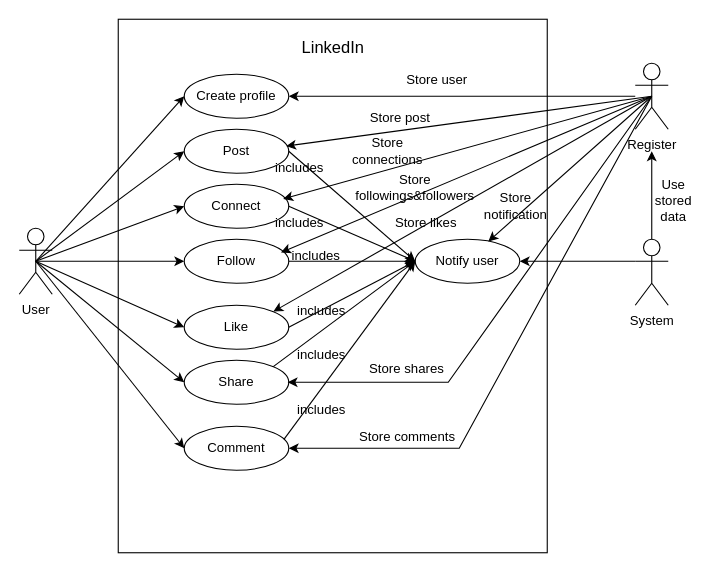
This is Assignments/A2/LinkedInUseCase.drawio from sunys1/Object-Oriented-Design, a draw.io file, before an edit. Source tidied: cells renumbered, new cells numbered last; positions are measured from the earlier drawing's top-left corner, leaving out a move shared by most shapes. Both pictures are drawn from the tidied source at 110%, with x=0, y=0 at pixel (19, 19).
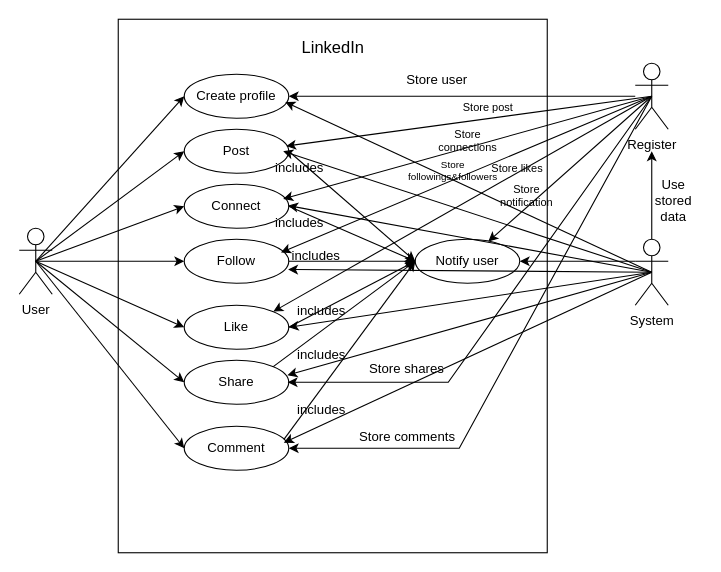
The same page after the edit.

Commit message:
Added associations for System actor

Unchanged cells that the change refers to:
```xml
<mxCell id="7" value="System" style="shape=umlActor;verticalLabelPosition=bottom;verticalAlign=top;html=1;outlineConnect=0;" parent="1" vertex="1">
  <mxGeometry x="560" y="200" width="30" height="60" as="geometry" />
</mxCell>
<mxCell id="8" value="Create profile" style="ellipse;whiteSpace=wrap;html=1;" parent="1" vertex="1">
  <mxGeometry x="150" y="50" width="95" height="40" as="geometry" />
</mxCell>
<mxCell id="13" value="Share" style="ellipse;whiteSpace=wrap;html=1;" parent="1" vertex="1">
  <mxGeometry x="150" y="310" width="95" height="40" as="geometry" />
</mxCell>
<mxCell id="20" value="Comment" style="ellipse;whiteSpace=wrap;html=1;" parent="1" vertex="1">
  <mxGeometry x="150" y="370" width="95" height="40" as="geometry" />
</mxCell>
<mxCell id="24" value="includes" style="text;html=1;align=center;verticalAlign=middle;whiteSpace=wrap;rounded=0;" parent="1" vertex="1">
  <mxGeometry x="240" y="200" width="60" height="30" as="geometry" />
</mxCell>
<mxCell id="29" value="includes" style="text;html=1;align=center;verticalAlign=middle;whiteSpace=wrap;rounded=0;" parent="1" vertex="1">
  <mxGeometry x="245" y="250" width="60" height="30" as="geometry" />
</mxCell>
<mxCell id="31" value="includes" style="text;html=1;align=center;verticalAlign=middle;whiteSpace=wrap;rounded=0;" parent="1" vertex="1">
  <mxGeometry x="225" y="170" width="60" height="30" as="geometry" />
</mxCell>
<mxCell id="33" value="includes" style="text;html=1;align=center;verticalAlign=middle;whiteSpace=wrap;rounded=0;" parent="1" vertex="1">
  <mxGeometry x="225" y="120" width="60" height="30" as="geometry" />
</mxCell>
```

What changed in the source:
```diff
@@
-    <mxCell id="39" value="Store user" style="text;html=1;align=center;verticalAlign=middle;whiteSpace=wrap;rounded=0;" parent="1" vertex="1">
+    <mxCell id="39" value="Store user" style="text;html=1;align=center;verticalAlign=middle;whiteSpace=wrap;rounded=0;fontSize=12;" parent="1" vertex="1">
       <mxGeometry x="350" y="40" width="60" height="30" as="geometry" />
     </mxCell>
-    <mxCell id="40" value="Store post" style="text;html=1;align=center;verticalAlign=middle;whiteSpace=wrap;rounded=0;" parent="1" vertex="1">
-      <mxGeometry x="318" y="80" width="57" height="20" as="geometry" />
+    <mxCell id="40" value="Store post" style="text;html=1;align=center;verticalAlign=middle;whiteSpace=wrap;rounded=0;fontSize=10;" parent="1" vertex="1">
+      <mxGeometry x="398" y="70" width="57" height="20" as="geometry" />
     </mxCell>
@@
-    <mxCell id="43" value="Store connections" style="text;html=1;align=center;verticalAlign=middle;whiteSpace=wrap;rounded=0;" parent="1" vertex="1">
-      <mxGeometry x="310" y="110" width="50" height="20" as="geometry" />
+    <mxCell id="43" value="Store connections" style="text;html=1;align=center;verticalAlign=middle;whiteSpace=wrap;rounded=0;fontSize=10;" parent="1" vertex="1">
+      <mxGeometry x="382.5" y="100" width="50" height="20" as="geometry" />
     </mxCell>
-    <mxCell id="44" value="Store followings&amp;amp;followers" style="text;html=1;align=center;verticalAlign=middle;whiteSpace=wrap;rounded=0;" parent="1" vertex="1">
-      <mxGeometry x="330" y="135" width="60" height="35" as="geometry" />
+    <mxCell id="44" value="Store followings&amp;amp;followers" style="text;html=1;align=center;verticalAlign=middle;whiteSpace=wrap;rounded=0;fontSize=9;" parent="1" vertex="1">
+      <mxGeometry x="366" y="120" width="57" height="35" as="geometry" />
     </mxCell>
@@
-    <mxCell id="46" value="Store likes" style="text;html=1;align=center;verticalAlign=middle;whiteSpace=wrap;rounded=0;" parent="1" vertex="1">
-      <mxGeometry x="340" y="170" width="60" height="30" as="geometry" />
+    <mxCell id="46" value="Store likes" style="text;html=1;align=center;verticalAlign=middle;whiteSpace=wrap;rounded=0;fontSize=10;" parent="1" vertex="1">
+      <mxGeometry x="423" y="120" width="60" height="30" as="geometry" />
     </mxCell>
@@
-    <mxCell id="52" value="Store notification" style="text;html=1;align=center;verticalAlign=middle;whiteSpace=wrap;rounded=0;" parent="1" vertex="1">
-      <mxGeometry x="423" y="160" width="57" height="20" as="geometry" />
+    <mxCell id="52" value="Store notification" style="text;html=1;align=center;verticalAlign=middle;whiteSpace=wrap;rounded=0;fontSize=10;" parent="1" vertex="1">
+      <mxGeometry x="432.5" y="150" width="57" height="20" as="geometry" />
     </mxCell>
+    <mxCell id="53" style="endArrow=classic;html=1;rounded=0;exitX=0.5;exitY=0.5;exitDx=0;exitDy=0;exitPerimeter=0;entryX=0.967;entryY=0.631;entryDx=0;entryDy=0;entryPerimeter=0;" parent="1" edge="1" source="7" target="8">
+      <mxGeometry relative="1" as="geometry" />
+    </mxCell>
+    <mxCell id="54" style="endArrow=classic;html=1;rounded=0;exitX=0.5;exitY=0.5;exitDx=0;exitDy=0;exitPerimeter=0;entryX=0.25;entryY=0;entryDx=0;entryDy=0;" parent="1" edge="1" source="7" target="33">
+      <mxGeometry relative="1" as="geometry" />
+    </mxCell>
+    <mxCell id="55" style="endArrow=classic;html=1;rounded=0;exitX=0.5;exitY=0.5;exitDx=0;exitDy=0;exitPerimeter=0;entryX=0.324;entryY=-0.019;entryDx=0;entryDy=0;entryPerimeter=0;" parent="1" edge="1" source="7" target="31">
+      <mxGeometry relative="1" as="geometry" />
+    </mxCell>
+    <mxCell id="56" style="endArrow=classic;html=1;rounded=0;exitX=0.5;exitY=0.5;exitDx=0;exitDy=0;exitPerimeter=0;entryX=0.074;entryY=0.916;entryDx=0;entryDy=0;entryPerimeter=0;" parent="1" edge="1" source="7" target="24">
+      <mxGeometry relative="1" as="geometry" />
+    </mxCell>
+    <mxCell id="57" style="endArrow=classic;html=1;rounded=0;entryX=0;entryY=1;entryDx=0;entryDy=0;exitX=0.5;exitY=0.5;exitDx=0;exitDy=0;exitPerimeter=0;" parent="1" edge="1" source="7" target="29">
+      <mxGeometry relative="1" as="geometry" />
+    </mxCell>
+    <mxCell id="58" style="endArrow=classic;html=1;rounded=0;entryX=0.987;entryY=0.34;entryDx=0;entryDy=0;exitX=0.5;exitY=0.5;exitDx=0;exitDy=0;exitPerimeter=0;entryPerimeter=0;" parent="1" edge="1" source="7" target="13">
+      <mxGeometry relative="1" as="geometry" />
+    </mxCell>
+    <mxCell id="59" style="endArrow=classic;html=1;rounded=0;entryX=0.953;entryY=0.373;entryDx=0;entryDy=0;exitX=0.5;exitY=0.5;exitDx=0;exitDy=0;exitPerimeter=0;entryPerimeter=0;" parent="1" edge="1" source="7" target="20">
+      <mxGeometry relative="1" as="geometry" />
+    </mxCell>
```
